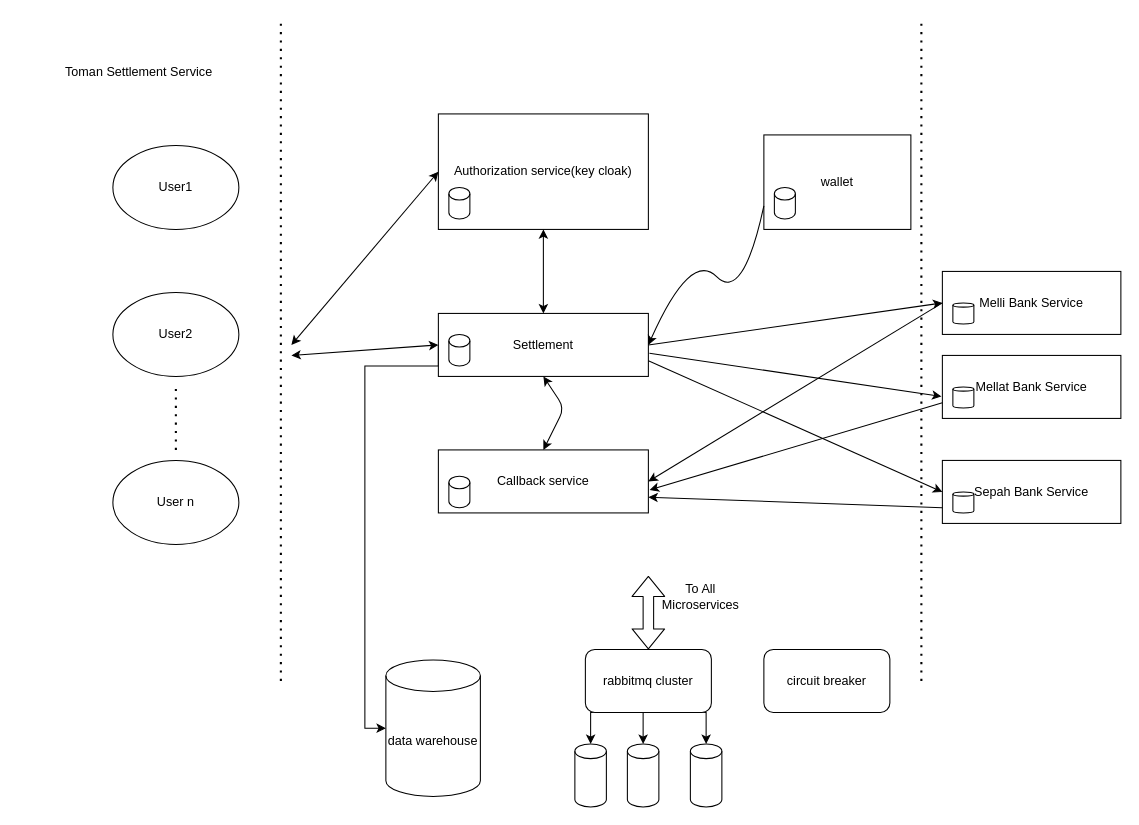
Above: page "Page-1" (1 of 4) of Untitled Diagram.drawio in alimoslehirad/Devops (draw.io), before the change. Source tidied: cells renumbered, new cells numbered last; positions are measured from the earlier drawing's top-left corner, leaving out a move shared by most shapes. Both pictures are drawn from the tidied source at 105%, with x=0, y=0 at pixel (18, 19).
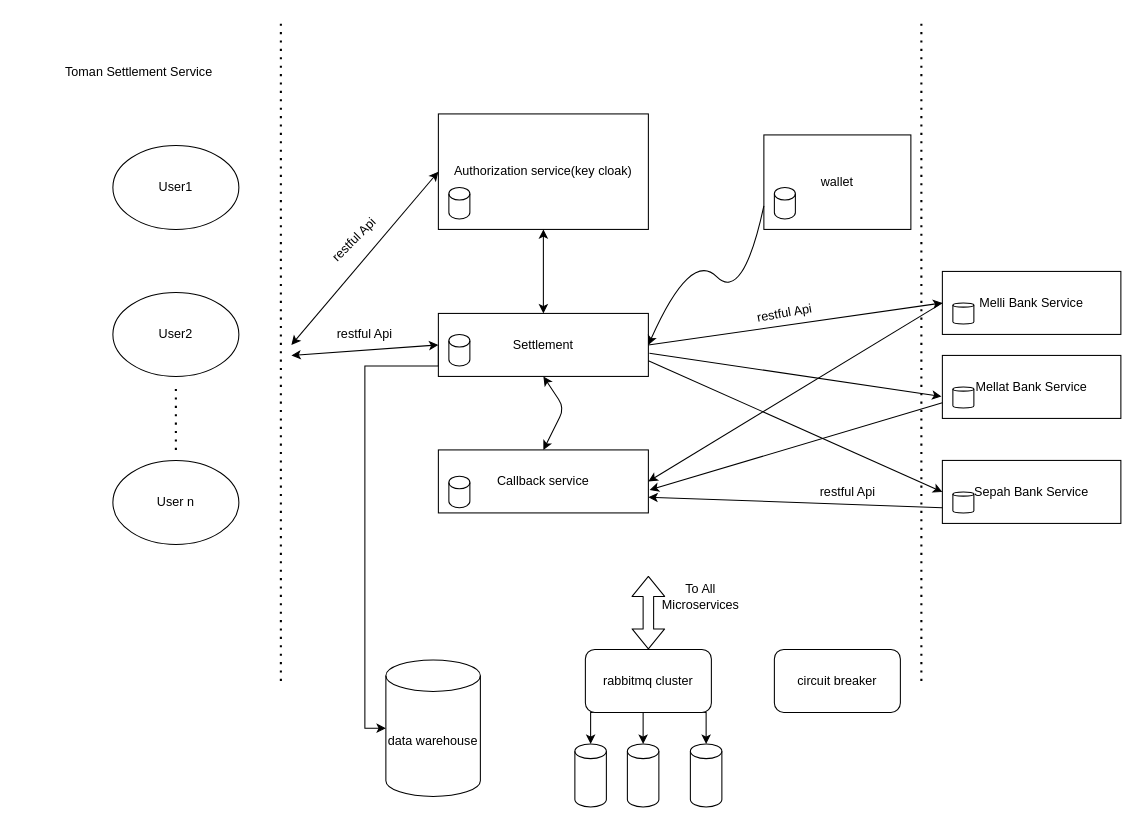
After the change.

Change to the diagram source:
```diff
@@
     <mxCell id="45" value="circuit breaker" style="rounded=1;whiteSpace=wrap;html=1;" parent="1" vertex="1">
-      <mxGeometry x="710" y="600" width="120" height="60" as="geometry" />
+      <mxGeometry x="720" y="600" width="120" height="60" as="geometry" />
     </mxCell>
+    <mxCell id="46" value="restful Api" style="text;html=1;strokeColor=none;fillColor=none;align=center;verticalAlign=middle;whiteSpace=wrap;rounded=0;rotation=-10;" parent="1" vertex="1">
+      <mxGeometry x="690" y="270" width="80" height="20" as="geometry" />
+    </mxCell>
+    <mxCell id="47" value="restful Api" style="text;html=1;strokeColor=none;fillColor=none;align=center;verticalAlign=middle;whiteSpace=wrap;rounded=0;rotation=0;" parent="1" vertex="1">
+      <mxGeometry x="750" y="440" width="80" height="20" as="geometry" />
+    </mxCell>
+    <mxCell id="48" value="restful Api" style="text;html=1;strokeColor=none;fillColor=none;align=center;verticalAlign=middle;whiteSpace=wrap;rounded=0;rotation=-45;" parent="1" vertex="1">
+      <mxGeometry x="280" y="200" width="80" height="20" as="geometry" />
+    </mxCell>
+    <mxCell id="49" value="restful Api" style="text;html=1;strokeColor=none;fillColor=none;align=center;verticalAlign=middle;whiteSpace=wrap;rounded=0;rotation=0;" parent="1" vertex="1">
+      <mxGeometry x="290" y="290" width="80" height="20" as="geometry" />
+    </mxCell>
```
